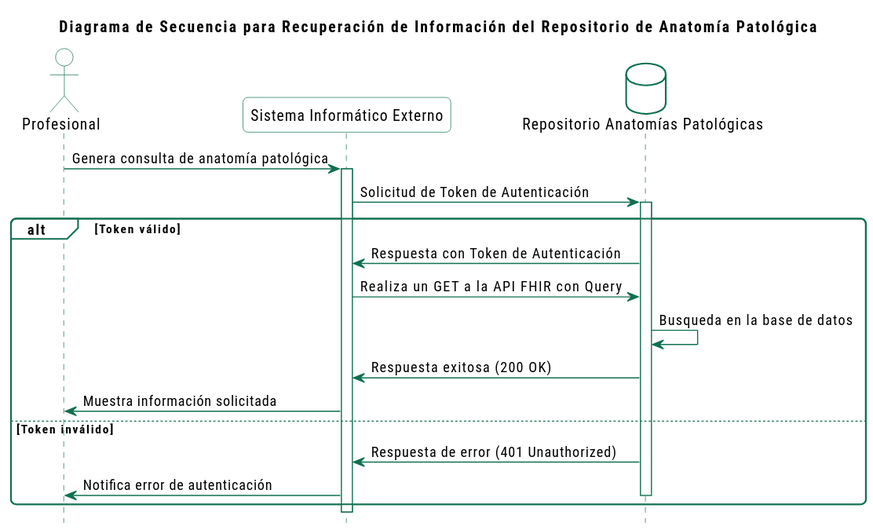
This is input/images/recuperacion-informe.svg from Minsal-CL/R2BO, a PlantUML export, as it was before one commit. Its diagram source:
```plantuml
@startuml
title Diagrama de Secuencia para Recuperación de Información del Repositorio de Anatomía Patológica

hide footbox

!include ./style.iuml

actor "Profesional" as usuario
participant "Sistema Informático Externo" as SIE
database "Repositorio Anatomías Patológicas" as RepositorioBiopsia

usuario -> SIE: Genera consulta de anatomía patológica
activate SIE
SIE -> RepositorioBiopsia: Solicitud de Token de Autenticación
activate RepositorioBiopsia
alt Token válido
    RepositorioBiopsia -> SIE: Respuesta con Token de Autenticación
    SIE -> RepositorioBiopsia: Realiza un GET a la API FHIR con Query
    RepositorioBiopsia -> RepositorioBiopsia: Busqueda en la base de datos
    RepositorioBiopsia -> SIE: Respuesta exitosa (200 OK)
    SIE -> usuario: Muestra información solicitada
else Token inválido
    RepositorioBiopsia -> SIE: Respuesta de error (401 Unauthorized)
    SIE -> usuario: Notifica error de autenticación
    deactivate RepositorioBiopsia
end
deactivate SIE
@enduml
```
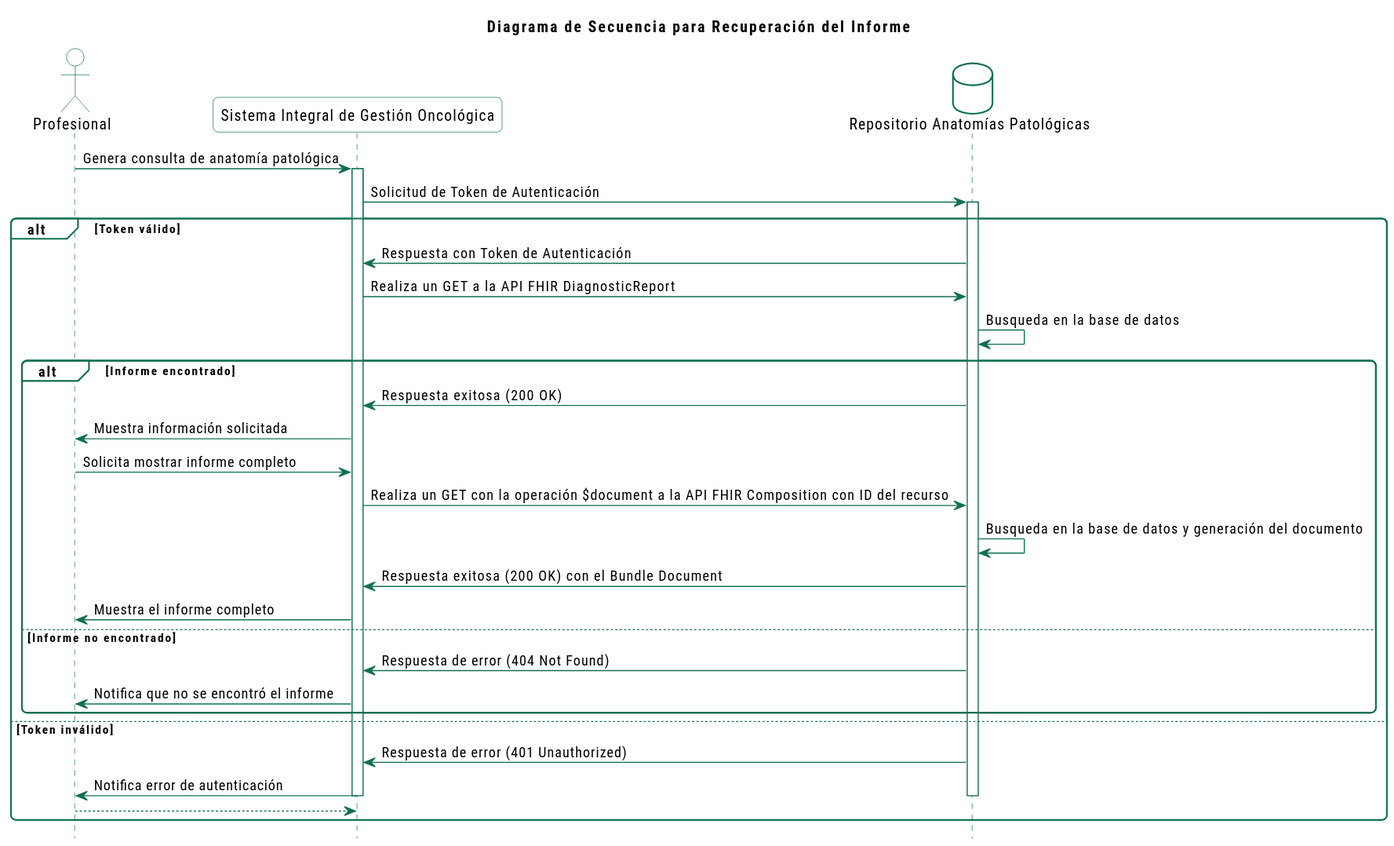
Later version of the same file.

The edit, as a diff of the source:
```diff
@@ -1,28 +1,39 @@
 @startuml
-title Diagrama de Secuencia para Recuperación de Información del Repositorio de Anatomía Patológica
+title Diagrama de Secuencia para Recuperación del Informe
 
 hide footbox
 
 !include ./style.iuml
 
 actor "Profesional" as usuario
-participant "Sistema Informático Externo" as SIE
+participant "Sistema Integral de Gestión Oncológica" as SIGO
 database "Repositorio Anatomías Patológicas" as RepositorioBiopsia
 
-usuario -> SIE: Genera consulta de anatomía patológica
-activate SIE
-SIE -> RepositorioBiopsia: Solicitud de Token de Autenticación
+usuario -> SIGO: Genera consulta de anatomía patológica
+activate SIGO
+SIGO -> RepositorioBiopsia: Solicitud de Token de Autenticación
 activate RepositorioBiopsia
 alt Token válido
-    RepositorioBiopsia -> SIE: Respuesta con Token de Autenticación
-    SIE -> RepositorioBiopsia: Realiza un GET a la API FHIR con Query
+    RepositorioBiopsia -> SIGO: Respuesta con Token de Autenticación
+    SIGO -> RepositorioBiopsia: Realiza un GET a la API FHIR DiagnosticReport
     RepositorioBiopsia -> RepositorioBiopsia: Busqueda en la base de datos
-    RepositorioBiopsia -> SIE: Respuesta exitosa (200 OK)
-    SIE -> usuario: Muestra información solicitada
+    alt Informe encontrado
+        RepositorioBiopsia -> SIGO: Respuesta exitosa (200 OK)
+        SIGO -> usuario: Muestra información solicitada
+        usuario -> SIGO: Solicita mostrar informe completo
+        SIGO -> RepositorioBiopsia: Realiza un GET con la operación $document a la API FHIR Composition con ID del recurso
+        RepositorioBiopsia -> RepositorioBiopsia: Busqueda en la base de datos y generación del documento
+        RepositorioBiopsia -> SIGO: Respuesta exitosa (200 OK) con el Bundle Document
+    SIGO -> usuario: Muestra el informe completo
+    else Informe no encontrado
+        RepositorioBiopsia -> SIGO: Respuesta de error (404 Not Found)
+        SIGO -> usuario: Notifica que no se encontró el informe
+    end
 else Token inválido
-    RepositorioBiopsia -> SIE: Respuesta de error (401 Unauthorized)
-    SIE -> usuario: Notifica error de autenticación
+    RepositorioBiopsia -> SIGO: Respuesta de error (401 Unauthorized)
+    SIGO -> usuario: Notifica error de autenticación
     deactivate RepositorioBiopsia
+    deactivate SIGO
+    return
 end
-deactivate SIE
 @enduml
```
